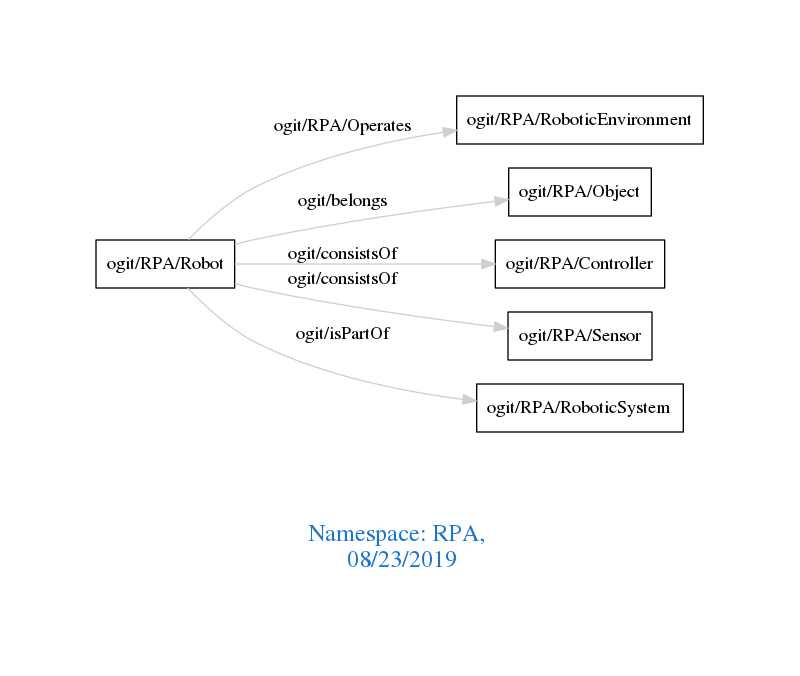
arago/OGIT keeps this Graphviz diagram as downloads/RPA.png. Above is the earlier version. Its source is kept beside it as downloads/RPA.dot.
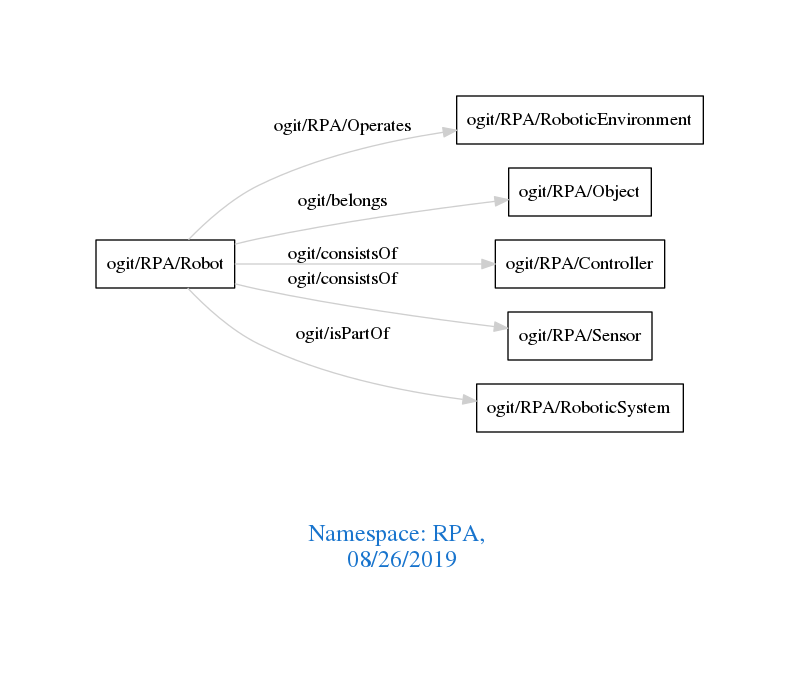
Later version of the same file.

Change to the diagram source:
```diff
@@ -1,7 +1,7 @@
 digraph OGIT_ontology {
  graph [ rankdir= LR,pad=1
 fontsize = 18,
-fontcolor= dodgerblue3,label = "\n\n\nNamespace: RPA, \n 08/23/2019"];
+fontcolor= dodgerblue3,label = "\n\n\nNamespace: RPA, \n 08/26/2019"];
 node[shape=polygon];
 edge [  color="gray81"];
 
```
